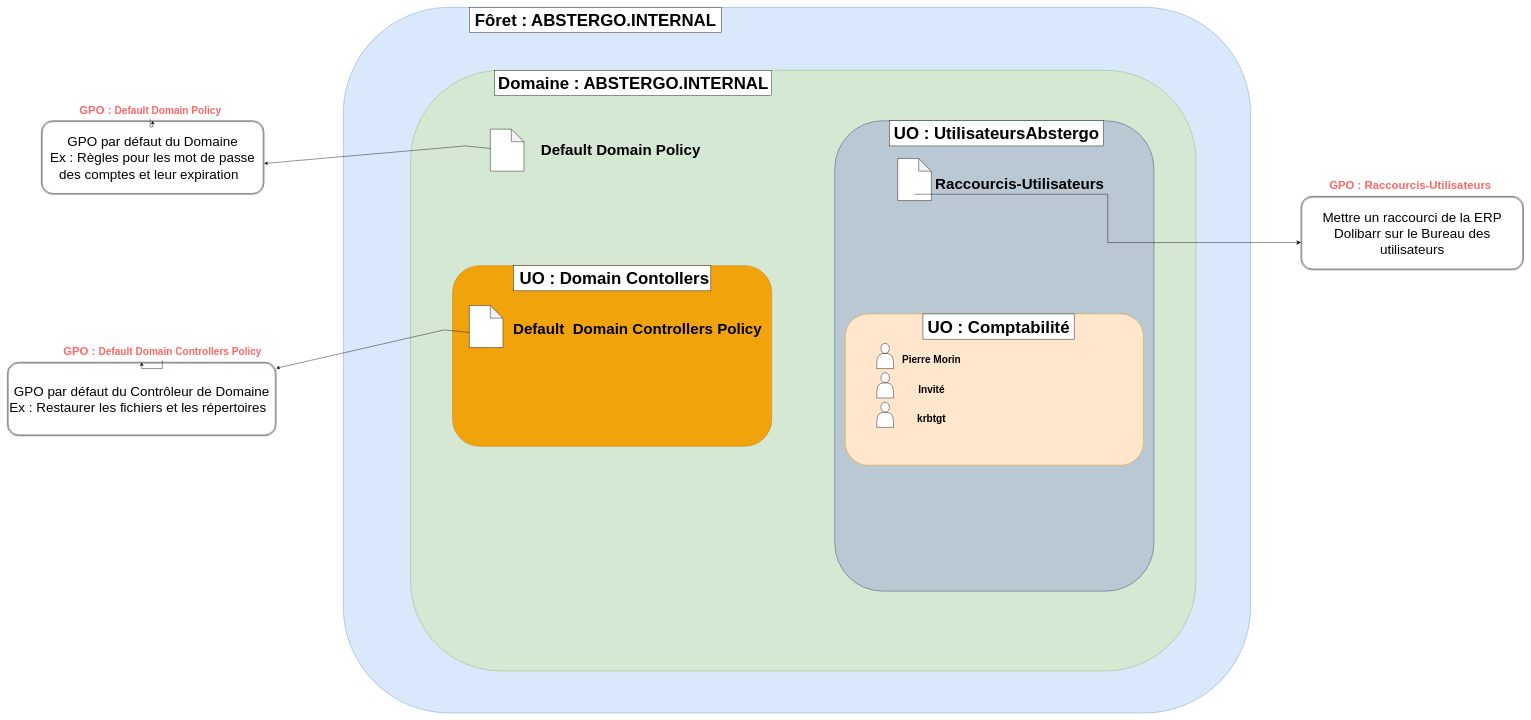
The draw.io diagram Diagramme sans nom.drawio in CharifMah/AbstergoAnimus, before the edit. Source tidied: cells renumbered, new cells numbered last; positions are measured from the earlier drawing's top-left corner, leaving out a move shared by most shapes. Both pictures are drawn from the tidied source at 42%, with x=0, y=0 at pixel (7, 7).
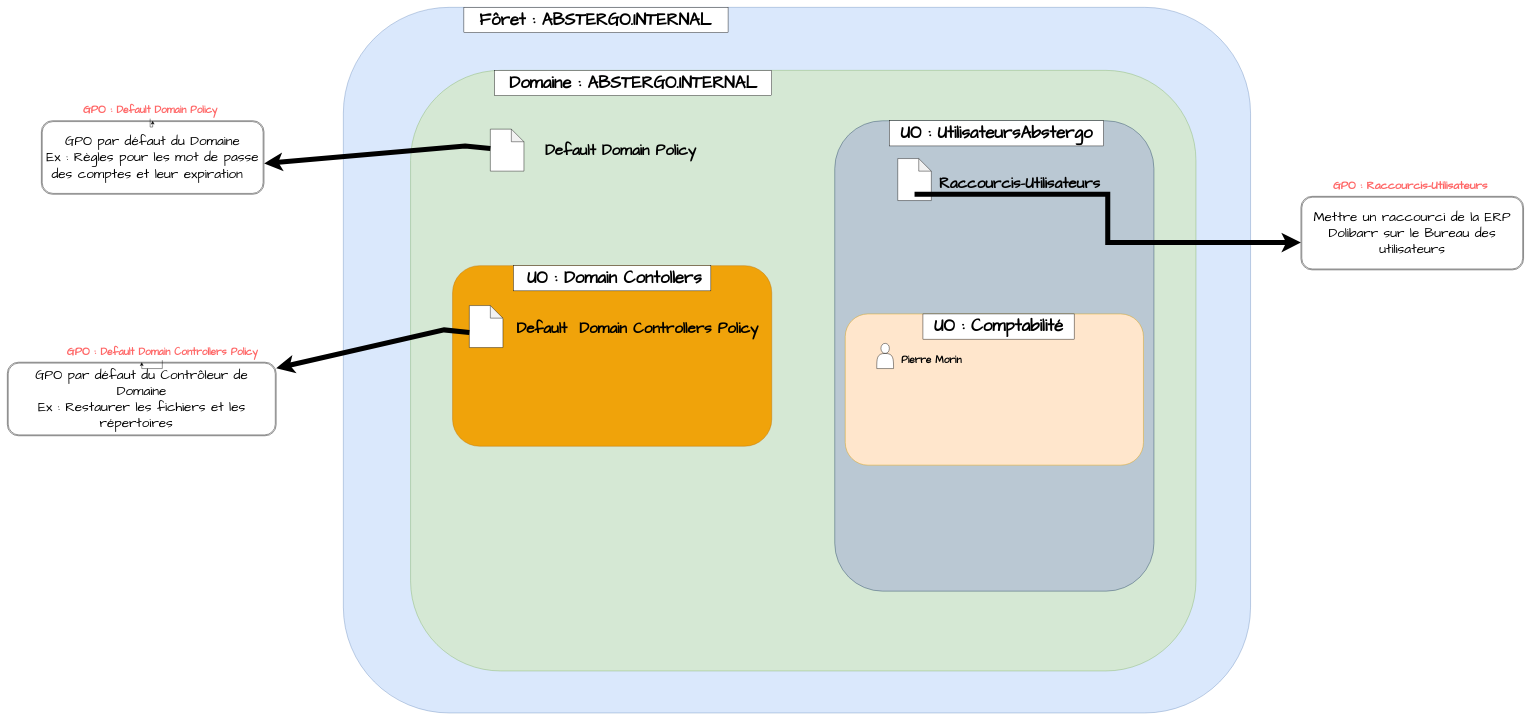
After the change.

Commit message:
Mettre à jour Diagramme sans nom.drawio

The edit, as a diff of the source:
```diff
@@
-    <mxCell id="2" style="rounded=1;whiteSpace=wrap;html=1;fillColor=#dae8fc;strokeColor=#6c8ebf;" parent="1" vertex="1">
+    <mxCell id="2" style="rounded=1;whiteSpace=wrap;html=1;fillColor=#dae8fc;strokeColor=#6c8ebf;fontFamily=Comic Sans MS;" parent="1" vertex="1">
       <mxGeometry x="800" width="2160" height="1680" as="geometry" />
     </mxCell>
-    <mxCell id="3" style="rounded=0;whiteSpace=wrap;html=1;" parent="1" vertex="1">
-      <mxGeometry x="1100" width="600" height="60" as="geometry" />
+    <mxCell id="3" style="rounded=0;whiteSpace=wrap;html=1;fontFamily=Comic Sans MS;" parent="1" vertex="1">
+      <mxGeometry x="1087" width="629" height="60" as="geometry" />
     </mxCell>
-    <mxCell id="4" value="&lt;font style=&quot;font-size: 40px;&quot;&gt;Fôret : ABSTERGO.INTERNAL&lt;/font&gt;" style="text;strokeColor=none;fillColor=none;html=1;fontSize=24;fontStyle=1;verticalAlign=middle;align=center;" parent="1" vertex="1">
+    <mxCell id="4" value="&lt;font style=&quot;font-size: 40px;&quot;&gt;Fôret : ABSTERGO.INTERNAL&lt;/font&gt;" style="text;strokeColor=none;fillColor=none;html=1;fontSize=24;fontStyle=1;verticalAlign=middle;align=center;fontFamily=Comic Sans MS;" parent="1" vertex="1">
       <mxGeometry x="1170" y="10" width="460" height="40" as="geometry" />
     </mxCell>
-    <mxCell id="5" style="rounded=1;whiteSpace=wrap;html=1;fillColor=#d5e8d4;strokeColor=#82b366;" parent="1" vertex="1">
+    <mxCell id="5" style="rounded=1;whiteSpace=wrap;html=1;fillColor=#d5e8d4;strokeColor=#82b366;fontFamily=Comic Sans MS;" parent="1" vertex="1">
       <mxGeometry x="960" y="150" width="1870" height="1430" as="geometry" />
     </mxCell>
-    <mxCell id="6" style="rounded=0;whiteSpace=wrap;html=1;" parent="1" vertex="1">
+    <mxCell id="6" style="rounded=0;whiteSpace=wrap;html=1;fontFamily=Comic Sans MS;" parent="1" vertex="1">
       <mxGeometry x="1160" y="150" width="660" height="60" as="geometry" />
     </mxCell>
-    <mxCell id="7" value="&lt;font style=&quot;font-size: 40px;&quot;&gt;Domaine : ABSTERGO.INTERNAL&lt;/font&gt;" style="text;strokeColor=none;fillColor=none;html=1;fontSize=24;fontStyle=1;verticalAlign=middle;align=center;" parent="1" vertex="1">
+    <mxCell id="7" value="&lt;font style=&quot;font-size: 40px;&quot;&gt;Domaine : ABSTERGO.INTERNAL&lt;/font&gt;" style="text;strokeColor=none;fillColor=none;html=1;fontSize=24;fontStyle=1;verticalAlign=middle;align=center;fontFamily=Comic Sans MS;" parent="1" vertex="1">
       <mxGeometry x="1260" y="160" width="460" height="40" as="geometry" />
     </mxCell>
-    <mxCell id="8" style="rounded=1;whiteSpace=wrap;html=1;fillColor=#f0a30a;strokeColor=#BD7000;fontColor=#000000;" parent="1" vertex="1">
+    <mxCell id="8" style="rounded=1;whiteSpace=wrap;html=1;fillColor=#f0a30a;strokeColor=#BD7000;fontColor=#000000;fontFamily=Comic Sans MS;" parent="1" vertex="1">
       <mxGeometry x="1060" y="615" width="760" height="430" as="geometry" />
     </mxCell>
-    <mxCell id="9" style="rounded=0;whiteSpace=wrap;html=1;" parent="1" vertex="1">
+    <mxCell id="9" style="rounded=0;whiteSpace=wrap;html=1;fontFamily=Comic Sans MS;" parent="1" vertex="1">
       <mxGeometry x="1205" y="615" width="470" height="60" as="geometry" />
     </mxCell>
-    <mxCell id="10" value="&lt;font style=&quot;font-size: 40px;&quot;&gt;UO : Domain Contollers&lt;/font&gt;" style="text;strokeColor=none;fillColor=none;html=1;fontSize=24;fontStyle=1;verticalAlign=middle;align=center;" parent="1" vertex="1">
+    <mxCell id="10" value="&lt;font style=&quot;font-size: 40px;&quot;&gt;UO : Domain Contollers&lt;/font&gt;" style="text;strokeColor=none;fillColor=none;html=1;fontSize=24;fontStyle=1;verticalAlign=middle;align=center;fontFamily=Comic Sans MS;" parent="1" vertex="1">
       <mxGeometry x="1215" y="625" width="460" height="40" as="geometry" />
     </mxCell>
-    <mxCell id="11" style="shape=note;whiteSpace=wrap;html=1;backgroundOutline=1;darkOpacity=0.05;" parent="1" vertex="1">
+    <mxCell id="11" style="shape=note;whiteSpace=wrap;html=1;backgroundOutline=1;darkOpacity=0.05;fontFamily=Comic Sans MS;" parent="1" vertex="1">
       <mxGeometry x="1100" y="710" width="80" height="100" as="geometry" />
     </mxCell>
-    <mxCell id="12" value="&lt;font style=&quot;font-size: 36px;&quot;&gt;Default&amp;nbsp; Domain Controllers Policy&lt;/font&gt;" style="text;strokeColor=none;fillColor=none;html=1;fontSize=24;fontStyle=1;verticalAlign=middle;align=center;" parent="1" vertex="1">
+    <mxCell id="12" value="&lt;font style=&quot;font-size: 36px;&quot;&gt;Default&amp;nbsp; Domain Controllers Policy&lt;/font&gt;" style="text;strokeColor=none;fillColor=none;html=1;fontSize=24;fontStyle=1;verticalAlign=middle;align=center;fontFamily=Comic Sans MS;" parent="1" vertex="1">
       <mxGeometry x="1450" y="745" width="100" height="40" as="geometry" />
     </mxCell>
-    <mxCell id="13" style="rounded=1;whiteSpace=wrap;html=1;fillColor=#bac8d3;strokeColor=#23445d;" parent="1" vertex="1">
+    <mxCell id="13" style="rounded=1;whiteSpace=wrap;html=1;fillColor=#bac8d3;strokeColor=#23445d;fontFamily=Comic Sans MS;" parent="1" vertex="1">
       <mxGeometry x="1970" y="270" width="760" height="1120" as="geometry" />
     </mxCell>
-    <mxCell id="14" style="rounded=0;whiteSpace=wrap;html=1;" parent="1" vertex="1">
+    <mxCell id="14" style="rounded=0;whiteSpace=wrap;html=1;fontFamily=Comic Sans MS;" parent="1" vertex="1">
       <mxGeometry x="2100" y="270" width="510" height="60" as="geometry" />
     </mxCell>
-    <mxCell id="15" value="&lt;font style=&quot;font-size: 40px;&quot;&gt;UO : UtilisateursAbstergo&lt;/font&gt;" style="text;strokeColor=none;fillColor=none;html=1;fontSize=24;fontStyle=1;verticalAlign=middle;align=center;" parent="1" vertex="1">
+    <mxCell id="15" value="&lt;font style=&quot;font-size: 40px;&quot;&gt;UO : UtilisateursAbstergo&lt;/font&gt;" style="text;strokeColor=none;fillColor=none;html=1;fontSize=24;fontStyle=1;verticalAlign=middle;align=center;fontFamily=Comic Sans MS;" parent="1" vertex="1">
       <mxGeometry x="2125" y="280" width="460" height="40" as="geometry" />
     </mxCell>
-    <mxCell id="16" style="shape=note;whiteSpace=wrap;html=1;backgroundOutline=1;darkOpacity=0.05;" parent="1" vertex="1">
+    <mxCell id="16" style="shape=note;whiteSpace=wrap;html=1;backgroundOutline=1;darkOpacity=0.05;fontFamily=Comic Sans MS;" parent="1" vertex="1">
       <mxGeometry x="2120" y="360" width="80" height="100" as="geometry" />
     </mxCell>
-    <mxCell id="17" value="&lt;font style=&quot;font-size: 36px;&quot;&gt;Raccourcis-Utilisateurs&lt;/font&gt;" style="text;strokeColor=none;fillColor=none;html=1;fontSize=24;fontStyle=1;verticalAlign=middle;align=center;" parent="1" vertex="1">
+    <mxCell id="17" value="&lt;font style=&quot;font-size: 36px;&quot;&gt;Raccourcis-Utilisateurs&lt;/font&gt;" style="text;strokeColor=none;fillColor=none;html=1;fontSize=24;fontStyle=1;verticalAlign=middle;align=center;fontFamily=Comic Sans MS;" parent="1" vertex="1">
       <mxGeometry x="2360" y="400" width="100" height="40" as="geometry" />
     </mxCell>
-    <mxCell id="18" style="rounded=1;whiteSpace=wrap;html=1;fillColor=#ffe6cc;strokeColor=#d79b00;" parent="1" vertex="1">
+    <mxCell id="18" style="rounded=1;whiteSpace=wrap;html=1;fillColor=#ffe6cc;strokeColor=#d79b00;fontFamily=Comic Sans MS;" parent="1" vertex="1">
       <mxGeometry x="1995" y="730" width="710" height="360" as="geometry" />
     </mxCell>
-    <mxCell id="19" style="rounded=0;whiteSpace=wrap;html=1;" parent="1" vertex="1">
+    <mxCell id="19" style="rounded=0;whiteSpace=wrap;html=1;fontFamily=Comic Sans MS;" parent="1" vertex="1">
       <mxGeometry x="2180" y="730" width="360" height="60" as="geometry" />
     </mxCell>
-    <mxCell id="20" value="&lt;font style=&quot;font-size: 40px;&quot;&gt;UO : Comptabilité&lt;/font&gt;" style="text;strokeColor=none;fillColor=none;html=1;fontSize=24;fontStyle=1;verticalAlign=middle;align=center;" parent="1" vertex="1">
+    <mxCell id="20" value="&lt;font style=&quot;font-size: 40px;&quot;&gt;UO : Comptabilité&lt;/font&gt;" style="text;strokeColor=none;fillColor=none;html=1;fontSize=24;fontStyle=1;verticalAlign=middle;align=center;fontFamily=Comic Sans MS;" parent="1" vertex="1">
       <mxGeometry x="2130" y="740" width="460" height="40" as="geometry" />
     </mxCell>
-    <mxCell id="21" style="shape=note;whiteSpace=wrap;html=1;backgroundOutline=1;darkOpacity=0.05;" parent="1" vertex="1">
+    <mxCell id="21" style="shape=note;whiteSpace=wrap;html=1;backgroundOutline=1;darkOpacity=0.05;fontFamily=Comic Sans MS;" parent="1" vertex="1">
       <mxGeometry x="1150" y="290" width="80" height="100" as="geometry" />
     </mxCell>
-    <mxCell id="22" value="&lt;font style=&quot;font-size: 36px;&quot;&gt;Default Domain Policy&lt;/font&gt;" style="text;strokeColor=none;fillColor=none;html=1;fontSize=24;fontStyle=1;verticalAlign=middle;align=center;" parent="1" vertex="1">
+    <mxCell id="22" value="&lt;font style=&quot;font-size: 36px;&quot;&gt;Default Domain Policy&lt;/font&gt;" style="text;strokeColor=none;fillColor=none;html=1;fontSize=24;fontStyle=1;verticalAlign=middle;align=center;fontFamily=Comic Sans MS;" parent="1" vertex="1">
       <mxGeometry x="1410" y="320" width="100" height="40" as="geometry" />
     </mxCell>
-    <mxCell id="23" value="Pierre Morin" style="text;strokeColor=none;fillColor=none;html=1;fontSize=24;fontStyle=1;verticalAlign=middle;align=center;" parent="1" vertex="1">
+    <mxCell id="23" value="Pierre Morin" style="text;strokeColor=none;fillColor=none;html=1;fontSize=24;fontStyle=1;verticalAlign=middle;align=center;fontFamily=Comic Sans MS;" parent="1" vertex="1">
       <mxGeometry x="2150" y="820" width="100" height="40" as="geometry" />
     </mxCell>
-    <mxCell id="24" style="shape=actor;whiteSpace=wrap;html=1;" parent="1" vertex="1">
+    <mxCell id="24" style="shape=actor;whiteSpace=wrap;html=1;fontFamily=Comic Sans MS;" parent="1" vertex="1">
       <mxGeometry x="2070" y="800" width="40" height="60" as="geometry" />
     </mxCell>
-    <mxCell id="25" style="edgeStyle=elbowEdgeStyle;elbow=horizontal;endArrow=classic;html=1;curved=0;rounded=0;endSize=8;startSize=8;" parent="1" edge="1">
+    <mxCell id="25" style="edgeStyle=elbowEdgeStyle;elbow=horizontal;endArrow=classic;html=1;curved=0;rounded=0;endSize=8;startSize=8;strokeWidth=12;fontFamily=Comic Sans MS;" parent="1" edge="1">
       <mxGeometry relative="1" as="geometry">
         <mxPoint x="2160" y="445" as="sourcePoint" />
         <mxPoint x="3080" y="560" as="targetPoint" />
       </mxGeometry>
     </mxCell>
-    <mxCell id="26" value="&lt;font style=&quot;&quot;&gt;&lt;font style=&quot;font-size: 32px;&quot;&gt;Mettre un raccourci de la ERP Dolibarr sur le Bureau des utilisateurs&lt;/font&gt;&lt;br&gt;&lt;/font&gt;" style="shape=ext;double=1;rounded=1;whiteSpace=wrap;html=1;" parent="1" vertex="1">
+    <mxCell id="26" value="&lt;font style=&quot;&quot;&gt;&lt;font style=&quot;font-size: 32px;&quot;&gt;Mettre un raccourci de la ERP Dolibarr sur le Bureau des utilisateurs&lt;/font&gt;&lt;br&gt;&lt;/font&gt;" style="shape=ext;double=1;rounded=1;whiteSpace=wrap;html=1;fontFamily=Comic Sans MS;" parent="1" vertex="1">
       <mxGeometry x="3080" y="450" width="530" height="175" as="geometry" />
     </mxCell>
-    <mxCell id="27" value="&lt;font color=&quot;#ff6666&quot; style=&quot;font-size: 27px;&quot;&gt;GPO : Raccourcis-Utilisateurs&lt;/font&gt;" style="text;strokeColor=none;fillColor=none;html=1;fontSize=24;fontStyle=1;verticalAlign=middle;align=center;" parent="1" vertex="1">
+    <mxCell id="27" value="&lt;font color=&quot;#ff6666&quot; style=&quot;font-size: 27px;&quot;&gt;GPO : Raccourcis-Utilisateurs&lt;/font&gt;" style="text;strokeColor=none;fillColor=none;html=1;fontSize=24;fontStyle=1;verticalAlign=middle;align=center;fontFamily=Comic Sans MS;" parent="1" vertex="1">
       <mxGeometry x="3290" y="405" width="100" height="40" as="geometry" />
     </mxCell>
-    <mxCell id="28" style="shape=actor;whiteSpace=wrap;html=1;" parent="1" vertex="1">
-      <mxGeometry x="2070" y="870" width="40" height="60" as="geometry" />
-    </mxCell>
-    <mxCell id="29" value="Invité" style="text;strokeColor=none;fillColor=none;html=1;fontSize=24;fontStyle=1;verticalAlign=middle;align=center;" parent="1" vertex="1">
-      <mxGeometry x="2150" y="890" width="100" height="40" as="geometry" />
-    </mxCell>
-    <mxCell id="30" style="shape=actor;whiteSpace=wrap;html=1;" parent="1" vertex="1">
-      <mxGeometry x="2070" y="940" width="40" height="60" as="geometry" />
-    </mxCell>
-    <mxCell id="31" value="krbtgt" style="text;strokeColor=none;fillColor=none;html=1;fontSize=24;fontStyle=1;verticalAlign=middle;align=center;" parent="1" vertex="1">
-      <mxGeometry x="2150" y="960" width="100" height="40" as="geometry" />
-    </mxCell>
-    <mxCell id="32" value="&lt;font style=&quot;&quot;&gt;&lt;font style=&quot;font-size: 32px;&quot;&gt;GPO par défaut du Domaine&lt;br&gt;Ex : Règles pour les mot de passe des comptes et leur expiration&amp;nbsp;&amp;nbsp;&lt;/font&gt;&lt;br&gt;&lt;/font&gt;" style="shape=ext;double=1;rounded=1;whiteSpace=wrap;html=1;" parent="1" vertex="1">
+    <mxCell id="32" value="&lt;font style=&quot;&quot;&gt;&lt;font style=&quot;font-size: 32px;&quot;&gt;GPO par défaut du Domaine&lt;br&gt;Ex : Règles pour les mot de passe des comptes et leur expiration&amp;nbsp;&amp;nbsp;&lt;/font&gt;&lt;br&gt;&lt;/font&gt;" style="shape=ext;double=1;rounded=1;whiteSpace=wrap;html=1;fontFamily=Comic Sans MS;" parent="1" vertex="1">
       <mxGeometry x="81" y="270" width="530" height="175" as="geometry" />
     </mxCell>
-    <mxCell id="33" style="edgeStyle=orthogonalEdgeStyle;rounded=0;jettySize=auto;html=1;" parent="1" edge="1" source="34" target="32">
+    <mxCell id="33" style="edgeStyle=orthogonalEdgeStyle;rounded=0;jettySize=auto;html=1;fontFamily=Comic Sans MS;" parent="1" edge="1" source="34" target="32">
       <mxGeometry relative="1" as="geometry" />
     </mxCell>
-    <mxCell id="34" value="&lt;font color=&quot;#ff6666&quot;&gt;&lt;font style=&quot;font-size: 27px;&quot;&gt;GPO :&amp;nbsp;&lt;/font&gt;Default Domain Policy&lt;/font&gt;" style="text;strokeColor=none;fillColor=none;html=1;fontSize=24;fontStyle=1;verticalAlign=middle;align=center;" parent="1" vertex="1">
+    <mxCell id="34" value="&lt;font color=&quot;#ff6666&quot;&gt;&lt;font style=&quot;font-size: 27px;&quot;&gt;GPO :&amp;nbsp;&lt;/font&gt;Default Domain Policy&lt;/font&gt;" style="text;strokeColor=none;fillColor=none;html=1;fontSize=24;fontStyle=1;verticalAlign=middle;align=center;fontFamily=Comic Sans MS;" parent="1" vertex="1">
       <mxGeometry x="290" y="225" width="100" height="40" as="geometry" />
     </mxCell>
-    <mxCell id="35" style="endArrow=classic;html=1;rounded=0;entryX=1.001;entryY=0.581;entryDx=0;entryDy=0;entryPerimeter=0;" parent="1" edge="1" source="21" target="32">
+    <mxCell id="35" style="endArrow=classic;html=1;rounded=0;entryX=1.001;entryY=0.581;entryDx=0;entryDy=0;entryPerimeter=0;strokeWidth=12;fontFamily=Comic Sans MS;" parent="1" edge="1" source="21" target="32">
       <mxGeometry relative="1" as="geometry">
         <Array as="points">
           <mxPoint x="1090" y="330" />
         </Array>
       </mxGeometry>
     </mxCell>
-    <mxCell id="36" value="&lt;font style=&quot;&quot;&gt;&lt;font style=&quot;font-size: 32px;&quot;&gt;GPO par défaut du Contrôleur de Domaine&lt;br&gt;Ex : Restaurer les fichiers et les répertoires&amp;nbsp;&amp;nbsp;&lt;/font&gt;&lt;br&gt;&lt;/font&gt;" style="shape=ext;double=1;rounded=1;whiteSpace=wrap;html=1;perimeterSpacing=0;" parent="1" vertex="1">
+    <mxCell id="36" value="&lt;font style=&quot;&quot;&gt;&lt;font style=&quot;font-size: 32px;&quot;&gt;GPO par défaut du Contrôleur de Domaine&lt;br&gt;Ex : Restaurer les fichiers et les répertoires&amp;nbsp;&amp;nbsp;&lt;/font&gt;&lt;br&gt;&lt;/font&gt;" style="shape=ext;double=1;rounded=1;whiteSpace=wrap;html=1;perimeterSpacing=0;fontFamily=Comic Sans MS;" parent="1" vertex="1">
       <mxGeometry y="845" width="640" height="175" as="geometry" />
     </mxCell>
-    <mxCell id="37" style="edgeStyle=orthogonalEdgeStyle;rounded=0;jettySize=auto;html=1;" parent="1" edge="1" source="38" target="36">
+    <mxCell id="37" style="edgeStyle=orthogonalEdgeStyle;rounded=0;jettySize=auto;html=1;fontFamily=Comic Sans MS;" parent="1" edge="1" source="38" target="36">
       <mxGeometry relative="1" as="geometry" />
     </mxCell>
-    <mxCell id="38" value="&lt;font color=&quot;#ff6666&quot;&gt;&lt;font style=&quot;font-size: 27px;&quot;&gt;GPO :&amp;nbsp;&lt;/font&gt;Default Domain Controllers Policy&lt;/font&gt;" style="text;strokeColor=none;fillColor=none;html=1;fontSize=24;fontStyle=1;verticalAlign=middle;align=center;" parent="1" vertex="1">
+    <mxCell id="38" value="&lt;font color=&quot;#ff6666&quot;&gt;&lt;font style=&quot;font-size: 27px;&quot;&gt;GPO :&amp;nbsp;&lt;/font&gt;Default Domain Controllers Policy&lt;/font&gt;" style="text;strokeColor=none;fillColor=none;html=1;fontSize=24;fontStyle=1;verticalAlign=middle;align=center;fontFamily=Comic Sans MS;" parent="1" vertex="1">
       <mxGeometry x="319" y="800" width="100" height="40" as="geometry" />
     </mxCell>
-    <mxCell id="39" style="endArrow=classic;html=1;rounded=0;" parent="1" edge="1" target="36">
+    <mxCell id="39" style="endArrow=classic;html=1;rounded=0;strokeWidth=12;fontFamily=Comic Sans MS;" parent="1" edge="1" target="36">
       <mxGeometry relative="1" as="geometry">
         <mxPoint x="1100" y="774" as="sourcePoint" />
         <Array as="points">
           <mxPoint x="1040" y="768" />
         </Array>
       </mxGeometry>
     </mxCell>
```
